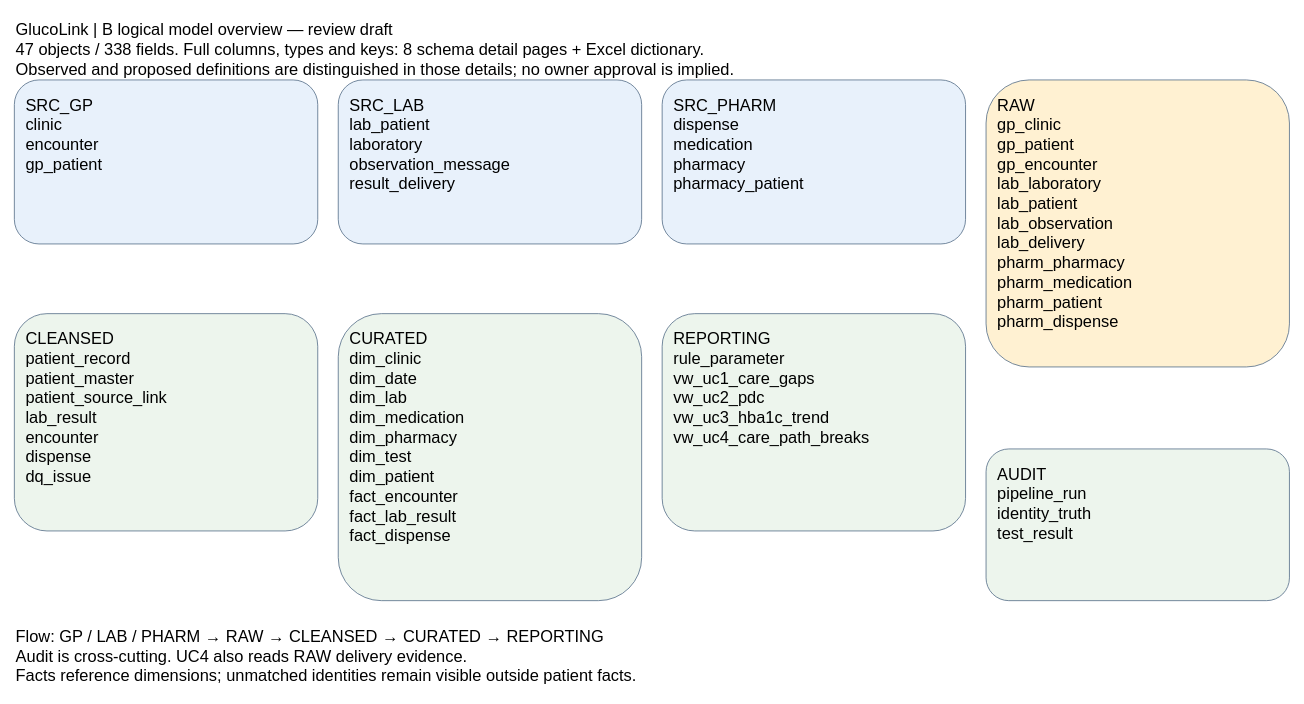
Before: page "Overview" (1 of 9) of docs/logical_model_v1.drawio in LyphardRover/glucolink-a2, a draw.io diagram. Source tidied: cells renumbered, new cells numbered last; positions are measured from the earlier drawing's top-left corner, leaving out a move shared by most shapes. Both pictures are drawn from the tidied source at 82%, with x=0, y=0 at pixel (14, 14).
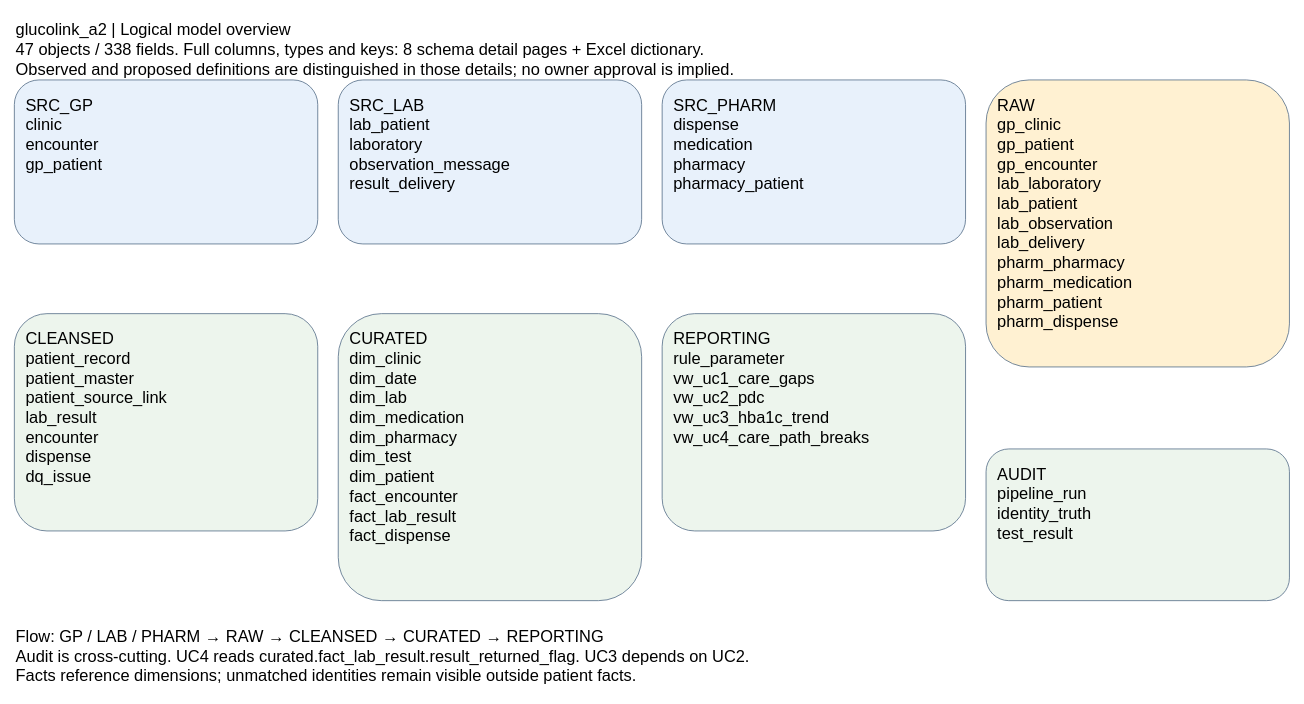
After the change.

Commit message (it also covers changes not shown here):
docs(B): fix detailed keys and UC3 view dependency

Change to the diagram source:
```diff
@@
 <mxGraphModel>
   <root>
     <mxCell id="0" />
     <mxCell id="1" parent="0" />
-    <mxCell id="2" value="GlucoLink | B logical model overview — review draft&#10;47 objects / 338 fields. Full columns, types and keys: 8 schema detail pages + Excel dictionary.&#10;Observed and proposed definitions are distinguished in those details; no owner approval is implied." style="text;html=0;align=left;verticalAlign=top;fontSize=20;" parent="1" vertex="1">
+    <mxCell id="2" value="glucolink_a2 | Logical model overview&#10;47 objects / 338 fields. Full columns, types and keys: 8 schema detail pages + Excel dictionary.&#10;Observed and proposed definitions are distinguished in those details; no owner approval is implied." style="text;html=0;align=left;verticalAlign=top;fontSize=20;" parent="1" vertex="1">
       <mxGeometry width="1555" height="75" as="geometry" />
     </mxCell>
     <mxCell id="3" value="SRC_GP&#10;clinic&#10;encounter&#10;gp_patient" style="rounded=1;whiteSpace=wrap;html=0;align=left;verticalAlign=top;spacing=14;fontFamily=Helvetica;fontSize=20;fillColor=#e8f1fb;strokeColor=#58708a;" parent="1" vertex="1">
       <mxGeometry y="80" width="370" height="200" as="geometry" />
     </mxCell>
     <mxCell id="4" value="SRC_LAB&#10;lab_patient&#10;laboratory&#10;observation_message&#10;result_delivery" style="rounded=1;whiteSpace=wrap;html=0;align=left;verticalAlign=top;spacing=14;fontFamily=Helvetica;fontSize=20;fillColor=#e8f1fb;strokeColor=#58708a;" parent="1" vertex="1">
       <mxGeometry x="395" y="80" width="370" height="200" as="geometry" />
     </mxCell>
     <mxCell id="5" value="SRC_PHARM&#10;dispense&#10;medication&#10;pharmacy&#10;pharmacy_patient" style="rounded=1;whiteSpace=wrap;html=0;align=left;verticalAlign=top;spacing=14;fontFamily=Helvetica;fontSize=20;fillColor=#e8f1fb;strokeColor=#58708a;" parent="1" vertex="1">
       <mxGeometry x="790" y="80" width="370" height="200" as="geometry" />
     </mxCell>
     <mxCell id="6" value="RAW&#10;gp_clinic&#10;gp_patient&#10;gp_encounter&#10;lab_laboratory&#10;lab_patient&#10;lab_observation&#10;lab_delivery&#10;pharm_pharmacy&#10;pharm_medication&#10;pharm_patient&#10;pharm_dispense" style="rounded=1;whiteSpace=wrap;html=0;align=left;verticalAlign=top;spacing=14;fontFamily=Helvetica;fontSize=20;fillColor=#fff1d2;strokeColor=#58708a;" parent="1" vertex="1">
       <mxGeometry x="1185" y="80" width="370" height="350" as="geometry" />
     </mxCell>
     <mxCell id="7" value="CLEANSED&#10;patient_record&#10;patient_master&#10;patient_source_link&#10;lab_result&#10;encounter&#10;dispense&#10;dq_issue" style="rounded=1;whiteSpace=wrap;html=0;align=left;verticalAlign=top;spacing=14;fontFamily=Helvetica;fontSize=20;fillColor=#edf5ed;strokeColor=#58708a;" parent="1" vertex="1">
       <mxGeometry y="365" width="370" height="265" as="geometry" />
     </mxCell>
     <mxCell id="8" value="CURATED&#10;dim_clinic&#10;dim_date&#10;dim_lab&#10;dim_medication&#10;dim_pharmacy&#10;dim_test&#10;dim_patient&#10;fact_encounter&#10;fact_lab_result&#10;fact_dispense" style="rounded=1;whiteSpace=wrap;html=0;align=left;verticalAlign=top;spacing=14;fontFamily=Helvetica;fontSize=20;fillColor=#edf5ed;strokeColor=#58708a;" parent="1" vertex="1">
       <mxGeometry x="395" y="365" width="370" height="350" as="geometry" />
     </mxCell>
     <mxCell id="9" value="REPORTING&#10;rule_parameter&#10;vw_uc1_care_gaps&#10;vw_uc2_pdc&#10;vw_uc3_hba1c_trend&#10;vw_uc4_care_path_breaks" style="rounded=1;whiteSpace=wrap;html=0;align=left;verticalAlign=top;spacing=14;fontFamily=Helvetica;fontSize=20;fillColor=#edf5ed;strokeColor=#58708a;" parent="1" vertex="1">
       <mxGeometry x="790" y="365" width="370" height="265" as="geometry" />
     </mxCell>
     <mxCell id="10" value="AUDIT&#10;pipeline_run&#10;identity_truth&#10;test_result" style="rounded=1;whiteSpace=wrap;html=0;align=left;verticalAlign=top;spacing=14;fontFamily=Helvetica;fontSize=20;fillColor=#edf5ed;strokeColor=#58708a;" parent="1" vertex="1">
       <mxGeometry x="1185" y="530" width="370" height="185" as="geometry" />
     </mxCell>
-    <mxCell id="11" value="Flow: GP / LAB / PHARM → RAW → CLEANSED → CURATED → REPORTING&#10;Audit is cross-cutting. UC4 also reads RAW delivery evidence.&#10;Facts reference dimensions; unmatched identities remain visible outside patient facts." style="text;html=0;align=left;fontSize=20;" parent="1" vertex="1">
+    <mxCell id="11" value="Flow: GP / LAB / PHARM → RAW → CLEANSED → CURATED → REPORTING&#10;Audit is cross-cutting. UC4 reads curated.fact_lab_result.result_returned_flag. UC3 depends on UC2.&#10;Facts reference dimensions; unmatched identities remain visible outside patient facts." style="text;html=0;align=left;fontSize=20;" parent="1" vertex="1">
       <mxGeometry y="740" width="1555" height="85" as="geometry" />
     </mxCell>
   </root>
 </mxGraphModel>
```
